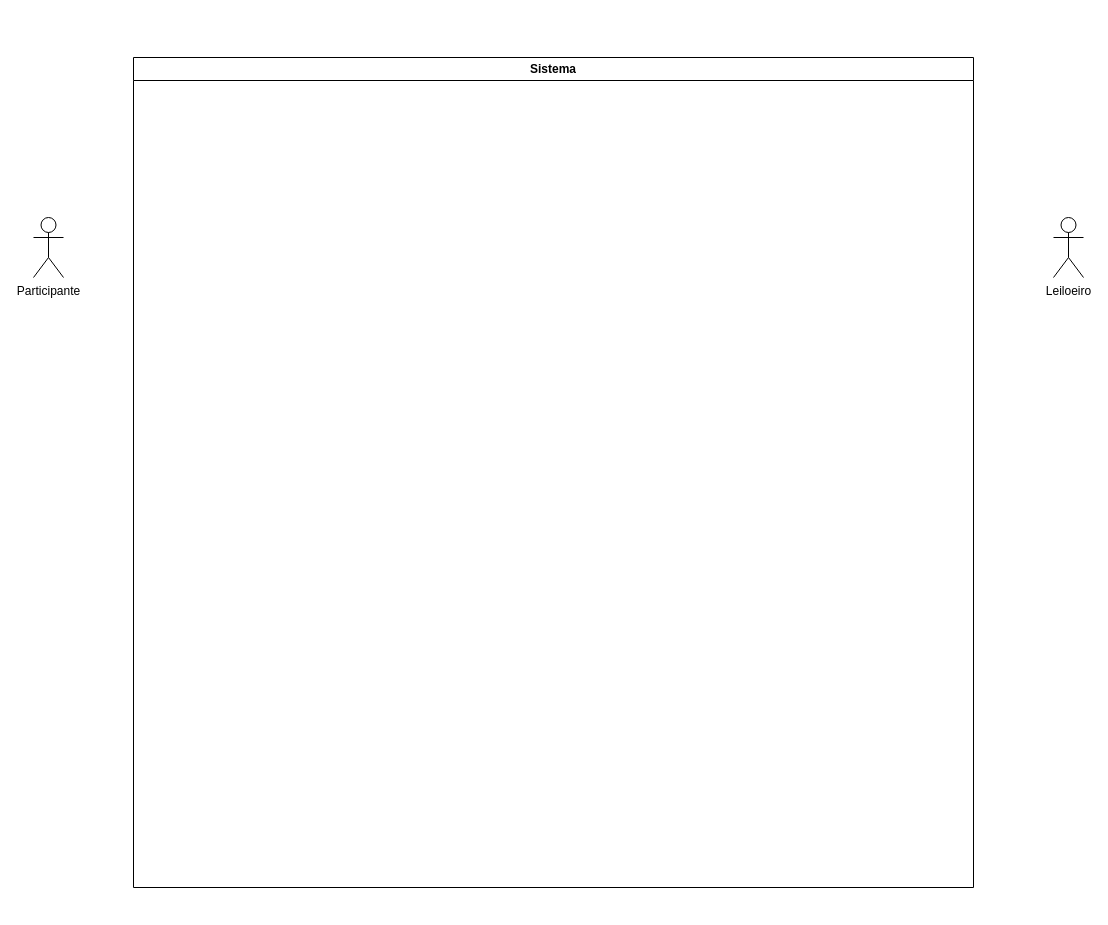
This is Diagrama_Casos_de_Uso_Sistema_Leilao.drawio from 18carica/ASPI, a draw.io file, before an edit. Source tidied: cells renumbered, new cells numbered last; positions are measured from the earlier drawing's top-left corner, leaving out a move shared by most shapes. Both pictures are drawn from the tidied source at 100%, with x=0, y=0 at pixel (33, 57).
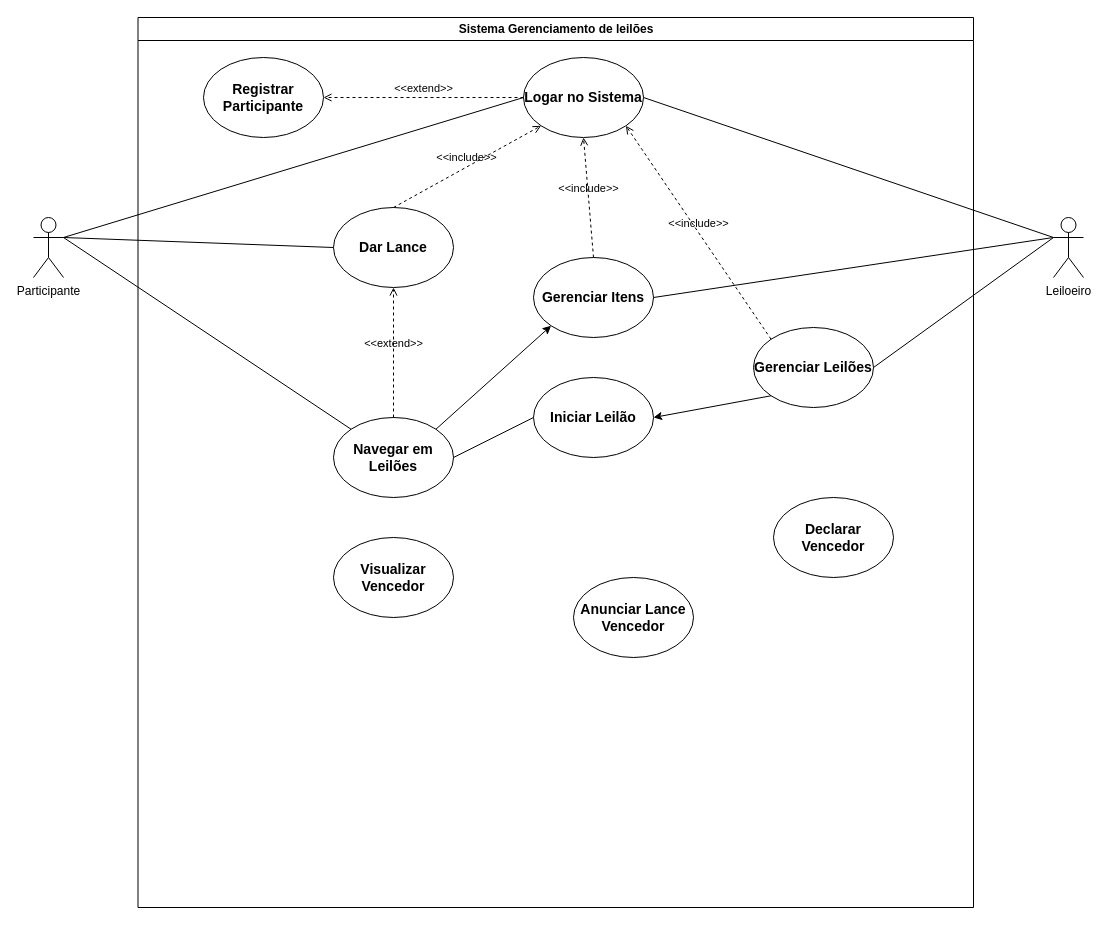
The same diagram, later.

The change refers to these unchanged cells:
```xml
<mxCell id="3" value="Participante" style="shape=umlActor;verticalLabelPosition=bottom;verticalAlign=top;html=1;outlineConnect=0;" parent="1" vertex="1">
  <mxGeometry y="160" width="30" height="60" as="geometry" />
</mxCell>
<mxCell id="4" value="Leiloeiro" style="shape=umlActor;verticalLabelPosition=bottom;verticalAlign=top;html=1;outlineConnect=0;" parent="1" vertex="1">
  <mxGeometry x="1020" y="160" width="30" height="60" as="geometry" />
</mxCell>
```

Diff of the diagram source:
```diff
@@
-    <mxCell id="2" value="Sistema" style="swimlane;whiteSpace=wrap;html=1;" parent="1" vertex="1">
-      <mxGeometry x="100" width="840" height="830" as="geometry" />
+    <mxCell id="2" value="Sistema Gerenciamento de leilões" style="swimlane;whiteSpace=wrap;html=1;" parent="1" vertex="1">
+      <mxGeometry x="104.5" y="-40" width="835.5" height="890" as="geometry" />
     </mxCell>
+    <mxCell id="5" value="&lt;h3 class=&quot;western&quot;&gt;&lt;strong&gt;Logar no Sistema&lt;/strong&gt;&lt;/h3&gt;" style="ellipse;whiteSpace=wrap;html=1;" parent="2" vertex="1">
+      <mxGeometry x="385.5" y="40" width="120" height="80" as="geometry" />
+    </mxCell>
+    <mxCell id="6" value="&lt;h3 class=&quot;western&quot;&gt;&lt;strong&gt;Dar Lance&lt;/strong&gt;&lt;/h3&gt;" style="ellipse;whiteSpace=wrap;html=1;" parent="2" vertex="1">
+      <mxGeometry x="195.5" y="190" width="120" height="80" as="geometry" />
+    </mxCell>
+    <mxCell id="7" value="&lt;h3 class=&quot;western&quot;&gt;&lt;strong&gt;Registrar Participante&lt;/strong&gt;&lt;/h3&gt;" style="ellipse;whiteSpace=wrap;html=1;" parent="2" vertex="1">
+      <mxGeometry x="65.5" y="40" width="120" height="80" as="geometry" />
+    </mxCell>
+    <mxCell id="8" value="&lt;h3 class=&quot;western&quot;&gt;&lt;strong&gt;Gerenciar Leilões&lt;/strong&gt;&lt;/h3&gt;" style="ellipse;whiteSpace=wrap;html=1;" parent="2" vertex="1">
+      <mxGeometry x="615.5" y="310" width="120" height="80" as="geometry" />
+    </mxCell>
+    <mxCell id="9" value="&lt;h3 class=&quot;western&quot;&gt;&lt;strong&gt;Iniciar Leilão&lt;/strong&gt;&lt;/h3&gt;" style="ellipse;whiteSpace=wrap;html=1;" parent="2" vertex="1">
+      <mxGeometry x="395.5" y="360" width="120" height="80" as="geometry" />
+    </mxCell>
+    <mxCell id="10" value="&lt;h3 class=&quot;western&quot;&gt;&lt;strong&gt;Anunciar Lance Vencedor&lt;/strong&gt;&lt;/h3&gt;" style="ellipse;whiteSpace=wrap;html=1;direction=west;" parent="2" vertex="1">
+      <mxGeometry x="435.5" y="560" width="120" height="80" as="geometry" />
+    </mxCell>
+    <mxCell id="11" value="&lt;h3 class=&quot;western&quot;&gt;&lt;strong&gt;Navegar em Leilões&lt;/strong&gt;&lt;/h3&gt;" style="ellipse;whiteSpace=wrap;html=1;" parent="2" vertex="1">
+      <mxGeometry x="195.5" y="400" width="120" height="80" as="geometry" />
+    </mxCell>
+    <mxCell id="12" value="&lt;h3 class=&quot;western&quot;&gt;&lt;strong&gt;Visualizar Vencedor&lt;/strong&gt;&lt;/h3&gt;" style="ellipse;whiteSpace=wrap;html=1;" parent="2" vertex="1">
+      <mxGeometry x="195.5" y="520" width="120" height="80" as="geometry" />
+    </mxCell>
+    <mxCell id="13" value="&lt;h3 class=&quot;western&quot;&gt;&lt;strong&gt;Gerenciar Itens&lt;/strong&gt;&lt;/h3&gt;" style="ellipse;whiteSpace=wrap;html=1;" parent="2" vertex="1">
+      <mxGeometry x="395.5" y="240" width="120" height="80" as="geometry" />
+    </mxCell>
+    <mxCell id="14" value="&lt;h3 class=&quot;western&quot;&gt;&lt;strong&gt;Declarar Vencedor&lt;/strong&gt;&lt;/h3&gt;" style="ellipse;whiteSpace=wrap;html=1;" parent="2" vertex="1">
+      <mxGeometry x="635.5" y="480" width="120" height="80" as="geometry" />
+    </mxCell>
+    <mxCell id="15" value="&amp;lt;&amp;lt;extend&amp;gt;&amp;gt;" style="html=1;verticalAlign=bottom;labelBackgroundColor=none;endArrow=open;endFill=0;dashed=1;rounded=0;exitX=0;exitY=0.5;exitDx=0;exitDy=0;entryX=1;entryY=0.5;entryDx=0;entryDy=0;" parent="2" edge="1" source="5" target="7">
+      <mxGeometry relative="1" as="geometry" />
+    </mxCell>
+    <mxCell id="16" value="&amp;lt;&amp;lt;include&amp;gt;&amp;gt;" style="html=1;verticalAlign=bottom;labelBackgroundColor=none;endArrow=open;endFill=0;dashed=1;rounded=0;exitX=0.5;exitY=0;exitDx=0;exitDy=0;entryX=0;entryY=1;entryDx=0;entryDy=0;" parent="2" edge="1" source="6" target="5">
+      <mxGeometry relative="1" as="geometry" />
+    </mxCell>
+    <mxCell id="17" style="endArrow=none;html=1;rounded=0;entryX=0;entryY=0.5;entryDx=0;entryDy=0;exitX=1;exitY=0.5;exitDx=0;exitDy=0;" parent="2" edge="1" source="11" target="9">
+      <mxGeometry relative="1" as="geometry" />
+    </mxCell>
+    <mxCell id="18" style="endArrow=classic;html=1;rounded=0;entryX=1;entryY=0.5;entryDx=0;entryDy=0;exitX=0;exitY=1;exitDx=0;exitDy=0;" parent="2" edge="1" source="8" target="9">
+      <mxGeometry relative="1" as="geometry" />
+    </mxCell>
+    <mxCell id="19" value="&amp;lt;&amp;lt;extend&amp;gt;&amp;gt;" style="html=1;verticalAlign=bottom;labelBackgroundColor=none;endArrow=open;endFill=0;dashed=1;rounded=0;exitX=0.5;exitY=0;exitDx=0;exitDy=0;entryX=0.5;entryY=1;entryDx=0;entryDy=0;" parent="2" edge="1" source="11" target="6">
+      <mxGeometry relative="1" as="geometry" />
+    </mxCell>
+    <mxCell id="20" style="endArrow=classic;html=1;rounded=0;entryX=0;entryY=1;entryDx=0;entryDy=0;exitX=1;exitY=0;exitDx=0;exitDy=0;" parent="2" edge="1" source="11" target="13">
+      <mxGeometry relative="1" as="geometry" />
+    </mxCell>
+    <mxCell id="21" value="&amp;lt;&amp;lt;include&amp;gt;&amp;gt;" style="html=1;verticalAlign=bottom;labelBackgroundColor=none;endArrow=open;endFill=0;dashed=1;rounded=0;exitX=0.5;exitY=0;exitDx=0;exitDy=0;entryX=0.5;entryY=1;entryDx=0;entryDy=0;" parent="2" edge="1" source="13" target="5">
+      <mxGeometry relative="1" as="geometry" />
+    </mxCell>
+    <mxCell id="22" value="&amp;lt;&amp;lt;include&amp;gt;&amp;gt;" style="html=1;verticalAlign=bottom;labelBackgroundColor=none;endArrow=open;endFill=0;dashed=1;rounded=0;exitX=0;exitY=0;exitDx=0;exitDy=0;entryX=1;entryY=1;entryDx=0;entryDy=0;" parent="2" edge="1" source="8" target="5">
+      <mxGeometry relative="1" as="geometry" />
+    </mxCell>
@@
+    <mxCell id="23" style="endArrow=none;html=1;rounded=0;entryX=1;entryY=0.3333333333333333;entryDx=0;entryDy=0;entryPerimeter=0;exitX=0;exitY=0.5;exitDx=0;exitDy=0;" parent="1" edge="1" source="5" target="3">
+      <mxGeometry relative="1" as="geometry" />
+    </mxCell>
+    <mxCell id="24" style="endArrow=none;html=1;rounded=0;entryX=1;entryY=0.3333333333333333;entryDx=0;entryDy=0;entryPerimeter=0;exitX=0;exitY=0.5;exitDx=0;exitDy=0;" parent="1" edge="1" source="6" target="3">
+      <mxGeometry relative="1" as="geometry" />
+    </mxCell>
+    <mxCell id="25" style="endArrow=none;html=1;rounded=0;entryX=0;entryY=0.3333333333333333;entryDx=0;entryDy=0;entryPerimeter=0;exitX=1;exitY=0.5;exitDx=0;exitDy=0;" parent="1" edge="1" source="8" target="4">
+      <mxGeometry relative="1" as="geometry" />
+    </mxCell>
+    <mxCell id="26" style="endArrow=none;html=1;rounded=0;exitX=1;exitY=0.5;exitDx=0;exitDy=0;entryX=0;entryY=0.3333333333333333;entryDx=0;entryDy=0;entryPerimeter=0;" parent="1" edge="1" source="13" target="4">
+      <mxGeometry relative="1" as="geometry" />
+    </mxCell>
+    <mxCell id="27" style="endArrow=none;html=1;rounded=0;entryX=0;entryY=0;entryDx=0;entryDy=0;exitX=1;exitY=0.3333333333333333;exitDx=0;exitDy=0;exitPerimeter=0;" parent="1" edge="1" source="3" target="11">
+      <mxGeometry relative="1" as="geometry" />
+    </mxCell>
+    <mxCell id="28" style="endArrow=none;html=1;rounded=0;entryX=0;entryY=0.3333333333333333;entryDx=0;entryDy=0;entryPerimeter=0;exitX=1;exitY=0.5;exitDx=0;exitDy=0;" parent="1" edge="1" source="5" target="4">
+      <mxGeometry relative="1" as="geometry" />
+    </mxCell>
```
